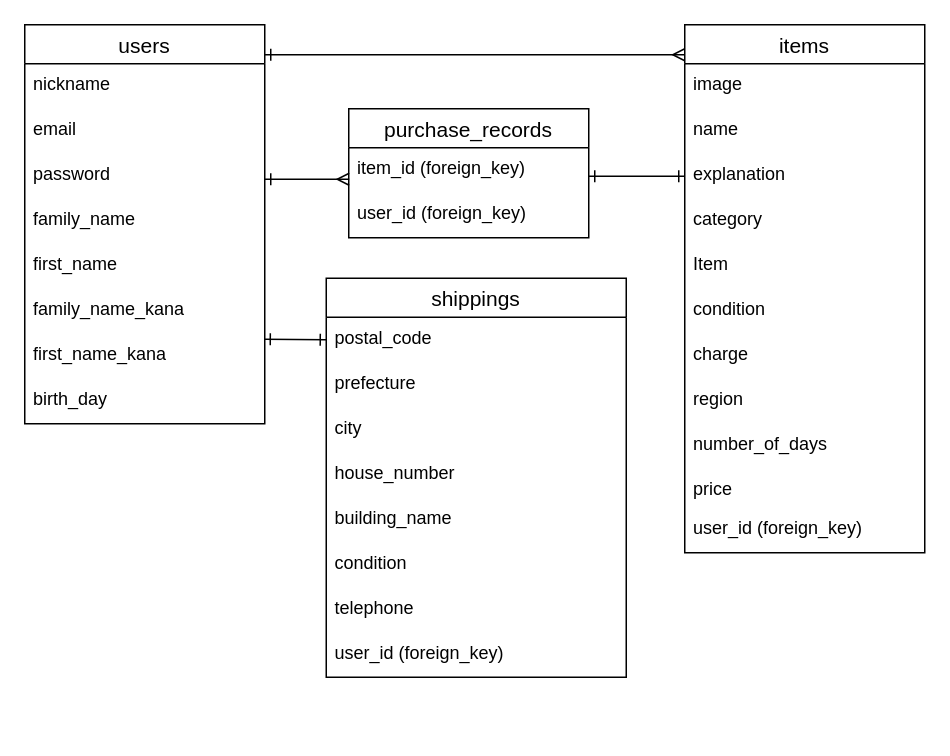
Before: furima.dio in tunamaru23/furima-39629, a draw.io diagram. Source tidied: cells renumbered, new cells numbered last; positions are measured from the earlier drawing's top-left corner, leaving out a move shared by most shapes. Both pictures are drawn from the tidied source at 150%, with x=0, y=0 at pixel (24, 24).
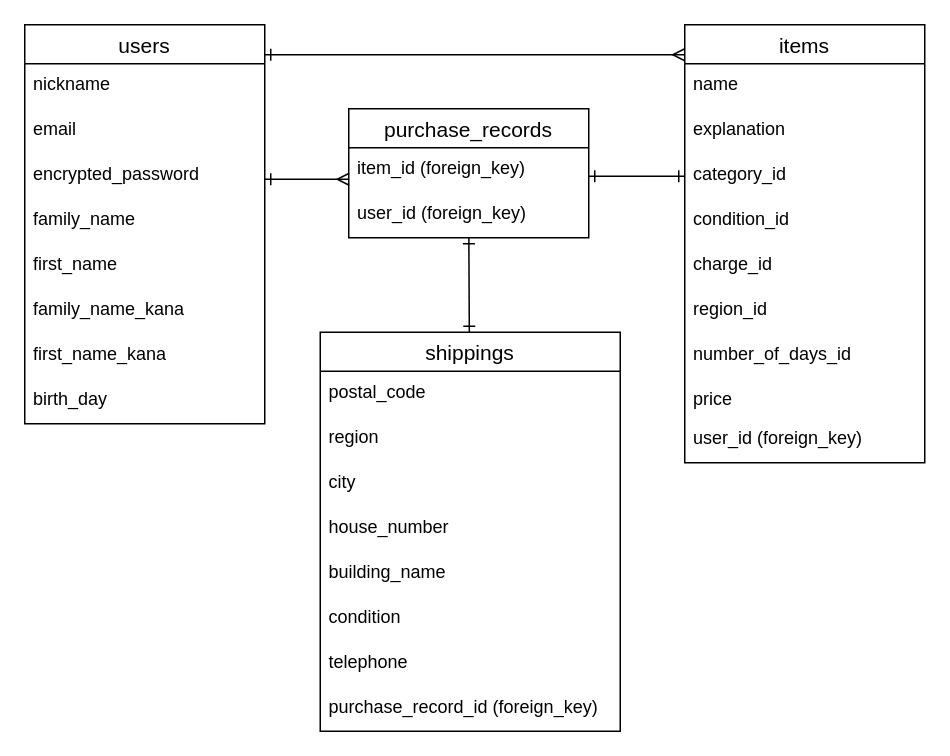
The same diagram, later.

The change refers to these unchanged cells:
```xml
<mxCell id="2" value="users" style="swimlane;fontStyle=0;horizontal=1;startSize=26;align=center;fontSize=14;" parent="1" vertex="1">
  <mxGeometry width="160" height="266" as="geometry" />
</mxCell>
<mxCell id="9" value="first_name_kana" style="text;strokeColor=none;fillColor=none;spacingLeft=4;spacingRight=4;overflow=hidden;points=[[0,0.5],[1,0.5]];portConstraint=eastwest;fontSize=12;" parent="2" vertex="1">
  <mxGeometry y="206" width="160" height="30" as="geometry" />
</mxCell>
<mxCell id="25" value="postal_code" style="text;strokeColor=none;fillColor=none;spacingLeft=4;spacingRight=4;overflow=hidden;points=[[0,0.5],[1,0.5]];portConstraint=eastwest;fontSize=12;" parent="24" vertex="1">
  <mxGeometry y="26" width="200" height="30" as="geometry" />
</mxCell>
<mxCell id="35" value="user_id (foreign_key)" style="text;strokeColor=none;fillColor=none;spacingLeft=4;spacingRight=4;overflow=hidden;points=[[0,0.5],[1,0.5]];portConstraint=eastwest;fontSize=12;" parent="33" vertex="1">
  <mxGeometry y="56" width="160" height="30" as="geometry" />
</mxCell>
```

Change to the diagram source:
```diff
@@
-    <mxCell id="5" value="password" style="text;strokeColor=none;fillColor=none;spacingLeft=4;spacingRight=4;overflow=hidden;fontSize=12;" parent="2" vertex="1">
+    <mxCell id="5" value="encrypted_password" style="text;strokeColor=none;fillColor=none;spacingLeft=4;spacingRight=4;overflow=hidden;fontSize=12;" parent="2" vertex="1">
       <mxGeometry y="86" width="160" height="30" as="geometry" />
     </mxCell>
@@
     <mxCell id="11" value="items" style="swimlane;fontStyle=0;horizontal=1;startSize=26;align=center;fontSize=14;" parent="1" vertex="1">
-      <mxGeometry x="440" width="160" height="352" as="geometry" />
+      <mxGeometry x="440" width="160" height="292" as="geometry" />
     </mxCell>
-    <mxCell id="12" value="image" style="text;strokeColor=none;fillColor=none;spacingLeft=4;spacingRight=4;overflow=hidden;fontSize=12;" parent="11" vertex="1">
-      <mxGeometry y="26" width="160" height="30" as="geometry" />
-    </mxCell>
     <mxCell id="13" value="name" style="text;strokeColor=none;fillColor=none;spacingLeft=4;spacingRight=4;overflow=hidden;fontSize=12;" parent="11" vertex="1">
-      <mxGeometry y="56" width="160" height="30" as="geometry" />
+      <mxGeometry y="26" width="160" height="30" as="geometry" />
     </mxCell>
     <mxCell id="14" value="explanation" style="text;strokeColor=none;fillColor=none;spacingLeft=4;spacingRight=4;overflow=hidden;fontSize=12;" parent="11" vertex="1">
-      <mxGeometry y="86" width="160" height="30" as="geometry" />
+      <mxGeometry y="56" width="160" height="30" as="geometry" />
     </mxCell>
-    <mxCell id="15" value="category" style="text;strokeColor=none;fillColor=none;spacingLeft=4;spacingRight=4;overflow=hidden;fontSize=12;" parent="11" vertex="1">
-      <mxGeometry y="116" width="160" height="30" as="geometry" />
+    <mxCell id="15" value="category_id" style="text;strokeColor=none;fillColor=none;spacingLeft=4;spacingRight=4;overflow=hidden;fontSize=12;" parent="11" vertex="1">
+      <mxGeometry y="86" width="160" height="30" as="geometry" />
     </mxCell>
-    <mxCell id="16" value="Item" style="text;strokeColor=none;fillColor=none;spacingLeft=4;spacingRight=4;overflow=hidden;fontSize=12;" parent="11" vertex="1">
-      <mxGeometry y="146" width="160" height="30" as="geometry" />
-    </mxCell>
-    <mxCell id="17" value="condition" style="text;strokeColor=none;fillColor=none;spacingLeft=4;spacingRight=4;overflow=hidden;fontSize=12;" parent="11" vertex="1">
-      <mxGeometry y="176" width="160" height="30" as="geometry" />
+    <mxCell id="17" value="condition_id" style="text;strokeColor=none;fillColor=none;spacingLeft=4;spacingRight=4;overflow=hidden;fontSize=12;" parent="11" vertex="1">
+      <mxGeometry y="116" width="160" height="30" as="geometry" />
     </mxCell>
-    <mxCell id="18" value="charge" style="text;strokeColor=none;fillColor=none;spacingLeft=4;spacingRight=4;overflow=hidden;fontSize=12;" parent="11" vertex="1">
-      <mxGeometry y="206" width="160" height="30" as="geometry" />
+    <mxCell id="18" value="charge_id" style="text;strokeColor=none;fillColor=none;spacingLeft=4;spacingRight=4;overflow=hidden;fontSize=12;" parent="11" vertex="1">
+      <mxGeometry y="146" width="160" height="30" as="geometry" />
     </mxCell>
-    <mxCell id="19" value="region" style="text;strokeColor=none;fillColor=none;spacingLeft=4;spacingRight=4;overflow=hidden;fontSize=12;" parent="11" vertex="1">
-      <mxGeometry y="236" width="160" height="30" as="geometry" />
+    <mxCell id="19" value="region_id" style="text;strokeColor=none;fillColor=none;spacingLeft=4;spacingRight=4;overflow=hidden;fontSize=12;" parent="11" vertex="1">
+      <mxGeometry y="176" width="160" height="30" as="geometry" />
     </mxCell>
-    <mxCell id="20" value="number_of_days" style="text;strokeColor=none;fillColor=none;spacingLeft=4;spacingRight=4;overflow=hidden;fontSize=12;" parent="11" vertex="1">
-      <mxGeometry y="266" width="160" height="30" as="geometry" />
+    <mxCell id="20" value="number_of_days_id" style="text;strokeColor=none;fillColor=none;spacingLeft=4;spacingRight=4;overflow=hidden;fontSize=12;" parent="11" vertex="1">
+      <mxGeometry y="206" width="160" height="30" as="geometry" />
     </mxCell>
     <mxCell id="21" value="price" style="text;strokeColor=none;fillColor=none;spacingLeft=4;spacingRight=4;overflow=hidden;fontSize=12;" parent="11" vertex="1">
-      <mxGeometry y="296" width="160" height="26" as="geometry" />
+      <mxGeometry y="236" width="160" height="26" as="geometry" />
     </mxCell>
     <mxCell id="22" value="user_id (foreign_key)" style="text;strokeColor=none;fillColor=none;spacingLeft=4;spacingRight=4;overflow=hidden;fontSize=12;" parent="11" vertex="1">
-      <mxGeometry y="322" width="160" height="30" as="geometry" />
+      <mxGeometry y="262" width="160" height="30" as="geometry" />
     </mxCell>
@@
     <mxCell id="24" value="shippings" style="swimlane;fontStyle=0;horizontal=1;startSize=26;align=center;fontSize=14;" parent="1" vertex="1">
-      <mxGeometry x="201" y="169" width="200" height="266" as="geometry" />
+      <mxGeometry x="197" y="205" width="200" height="266" as="geometry" />
     </mxCell>
@@
-    <mxCell id="26" value="prefecture" style="text;strokeColor=none;fillColor=none;spacingLeft=4;spacingRight=4;overflow=hidden;fontSize=12;" parent="24" vertex="1">
+    <mxCell id="26" value="region" style="text;strokeColor=none;fillColor=none;spacingLeft=4;spacingRight=4;overflow=hidden;fontSize=12;" parent="24" vertex="1">
       <mxGeometry y="56" width="200" height="30" as="geometry" />
     </mxCell>
@@
-    <mxCell id="32" value="user_id (foreign_key)" style="text;strokeColor=none;fillColor=none;spacingLeft=4;spacingRight=4;overflow=hidden;fontSize=12;" parent="24" vertex="1">
+    <mxCell id="32" value="purchase_record_id (foreign_key)" style="text;strokeColor=none;fillColor=none;spacingLeft=4;spacingRight=4;overflow=hidden;fontSize=12;" parent="24" vertex="1">
       <mxGeometry y="236" width="200" height="30" as="geometry" />
     </mxCell>
@@
-    <mxCell id="38" style="html=1;exitX=0.998;exitY=0.122;exitDx=0;exitDy=0;strokeWidth=1;startArrow=ERone;startFill=0;endArrow=ERone;endFill=0;entryX=0;entryY=0.5;entryDx=0;entryDy=0;exitPerimeter=0;" parent="1" edge="1" source="9" target="25">
-      <mxGeometry relative="1" as="geometry" />
-    </mxCell>
+    <mxCell id="39" style="html=1;strokeWidth=1;startArrow=ERone;startFill=0;endArrow=ERone;endFill=0;" parent="1" edge="1" source="35" target="24">
+      <mxGeometry relative="1" as="geometry" />
+    </mxCell>
```
